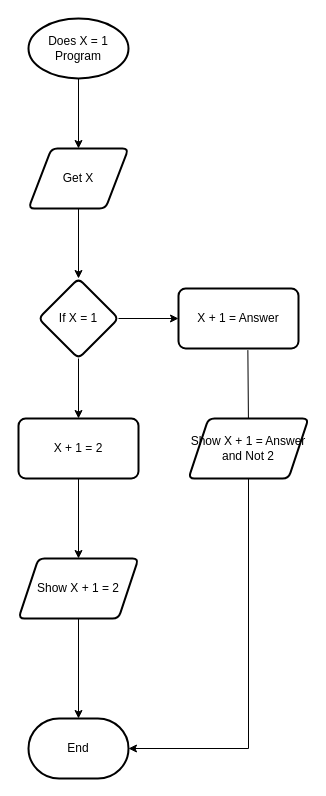
Before: flowchart.drawio in Ethan-Prieur1/ICS4U-Intro-04-typescript, a draw.io diagram. Source tidied: cells renumbered, new cells numbered last; positions are measured from the earlier drawing's top-left corner, leaving out a move shared by most shapes. Both pictures are drawn from the tidied source at 100%, with x=0, y=0 at pixel (18, 18).
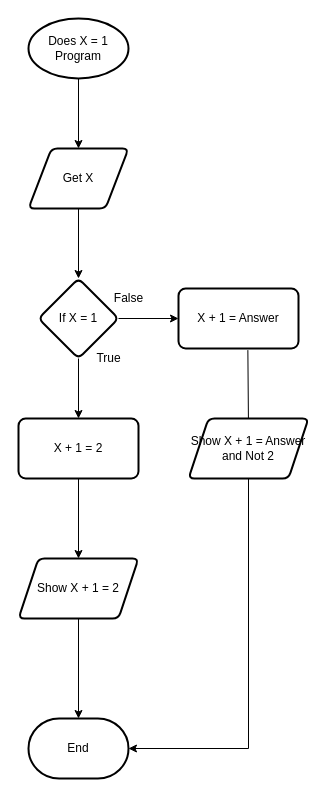
After the change.

The edit, as a diff of the source:
```diff
@@
+    <mxCell id="18" value="False" style="text;html=1;align=center;verticalAlign=middle;strokeColor=none;fillColor=none;" parent="1" vertex="1">
+      <mxGeometry x="85" y="270" width="50" height="20" as="geometry" />
+    </mxCell>
+    <mxCell id="19" value="True" style="text;html=1;align=center;verticalAlign=middle;strokeColor=none;fillColor=none;" parent="1" vertex="1">
+      <mxGeometry x="70" y="330" width="40" height="20" as="geometry" />
+    </mxCell>
```
